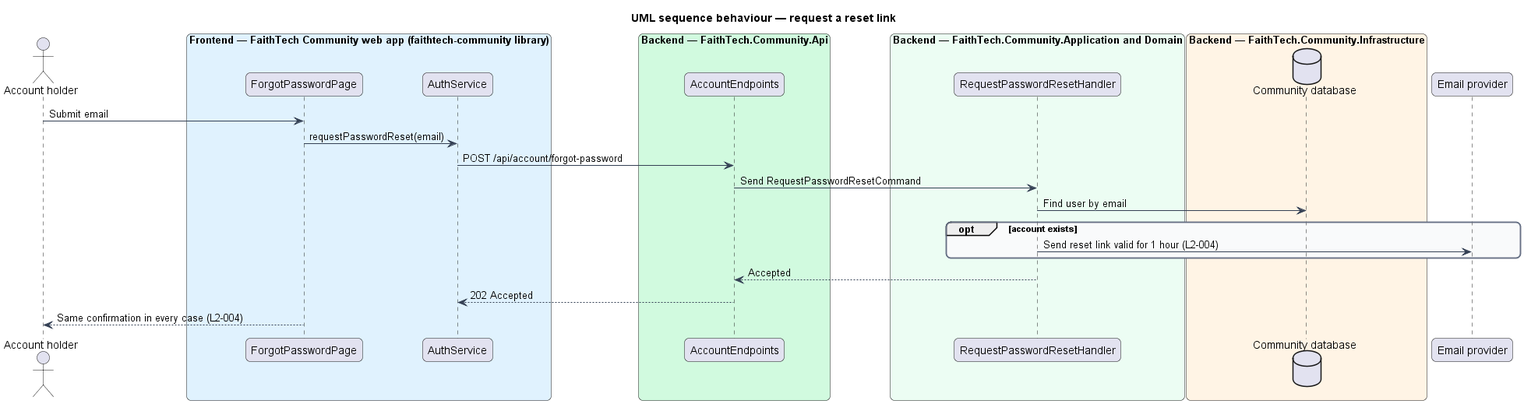
QuinntyneBrown/faithtech-community keeps this PlantUML diagram as docs/detailed-designs/identity/password-reset/diagrams/sequence-request-reset.png. Above is the earlier version.
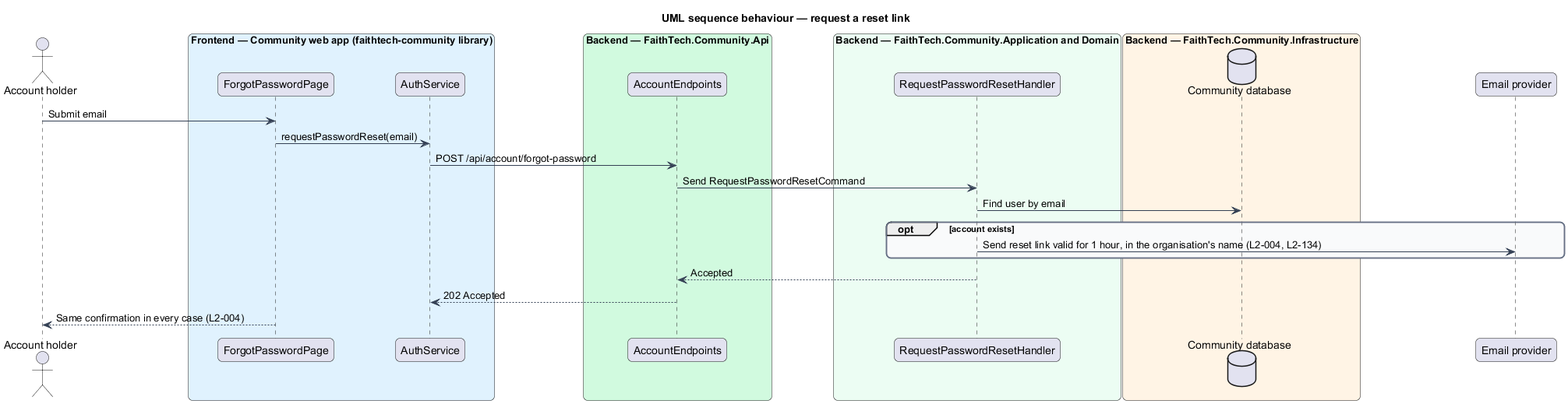
Above is the later version.

What changed in the source:
```diff
@@ -15,7 +15,7 @@
   BackgroundColor #F9FAFB
 }
 actor "Account holder" as actor
-box "Frontend — FaithTech Community web app (faithtech-community library)" #E0F2FE
+box "Frontend — Community web app (faithtech-community library)" #E0F2FE
   participant "ForgotPasswordPage" as page
   participant "AuthService" as client
 end box
@@ -35,7 +35,7 @@
 ep -> h : Send RequestPasswordResetCommand
 h -> db : Find user by email
 opt account exists
-  h -> mail : Send reset link valid for 1 hour (L2-004)
+  h -> mail : Send reset link valid for 1 hour, in the organisation's name (L2-004, L2-134)
 end
 h --> ep : Accepted
 ep --> client : 202 Accepted
```
